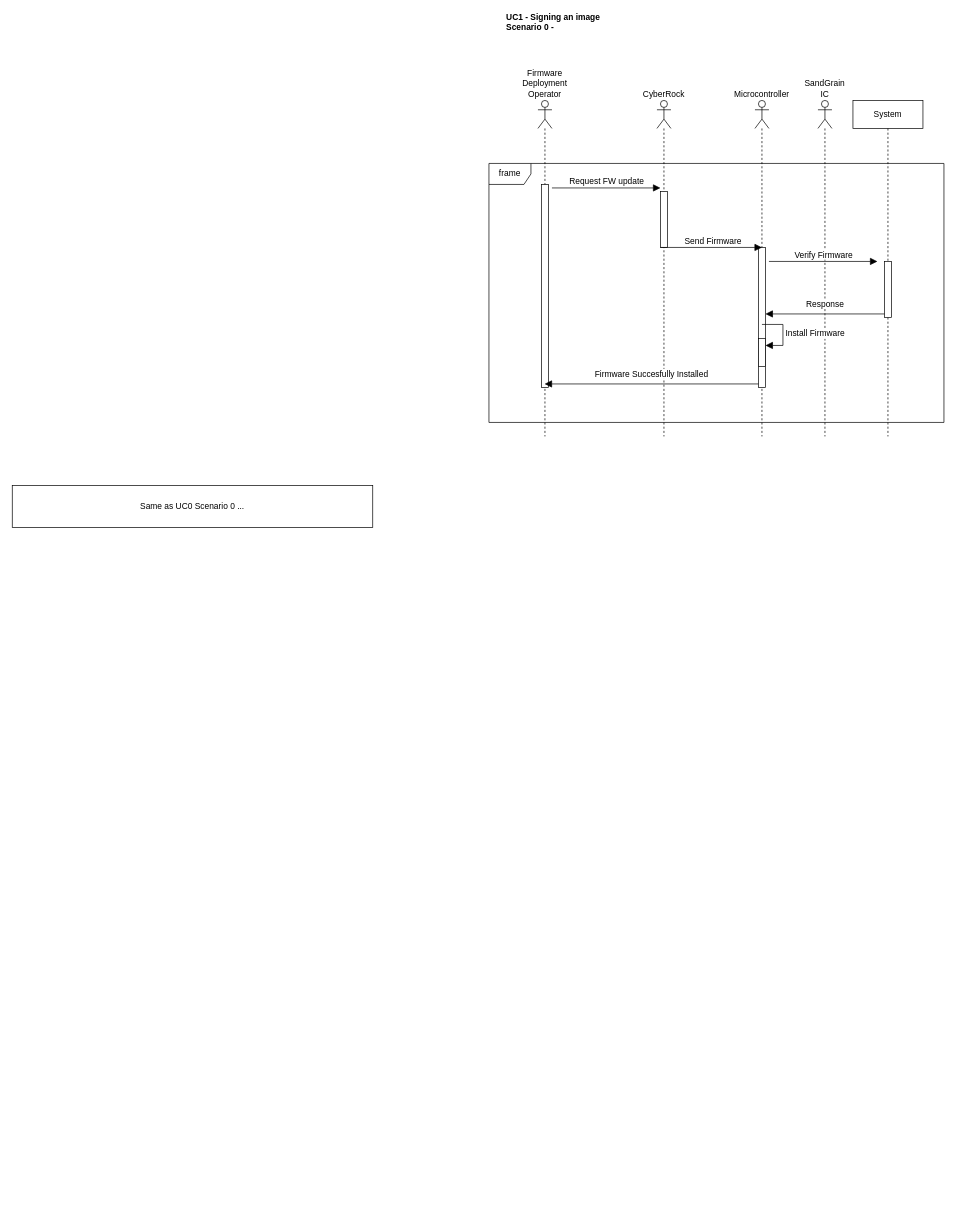
Earlier version of the draw.io diagram page "UC2 - Over The Air Firmware Update" (3 of 5) of Diagramme sans nom.drawio (EHxuban11/EHxuban11). Source tidied: cells renumbered, new cells numbered last; positions are measured from the earlier drawing's top-left corner, leaving out a move shared by most shapes. Both pictures are drawn from the tidied source at 70%, with x=0, y=0 at pixel (12, 16).
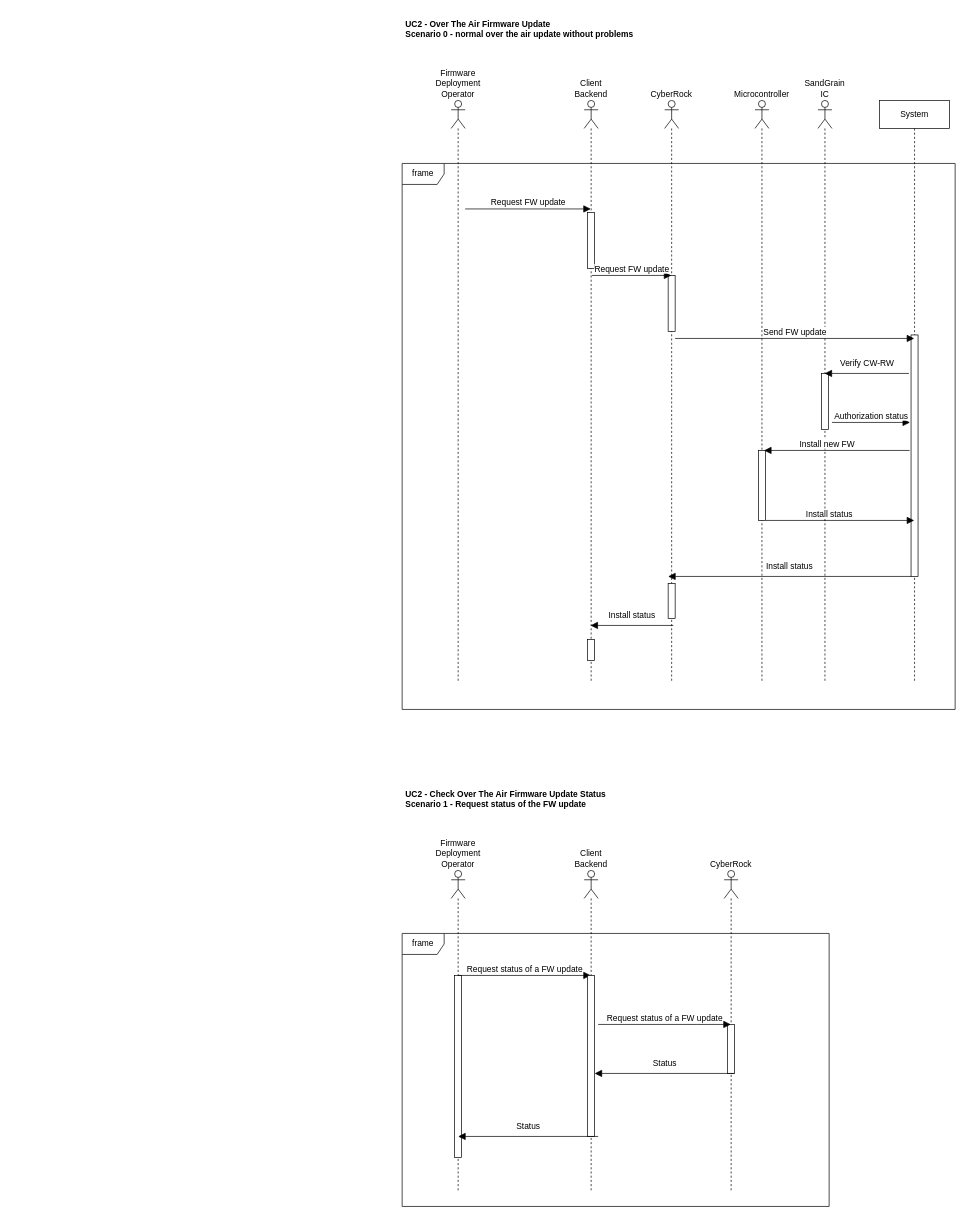
After the change.

Change to the diagram source:
```diff
@@
+    <mxCell id="21" value="UC2 - Over The Air Firmware Update&lt;div&gt;Scenario 0 - normal over the air update without problems&amp;nbsp;&lt;/div&gt;" style="text;align=left;fontStyle=1;verticalAlign=middle;spacingLeft=3;spacingRight=3;strokeColor=none;html=1;" parent="1" vertex="1">
+      <mxGeometry x="557" y="10" width="180" height="16" as="geometry" />
+    </mxCell>
     <mxCell id="2" value="System" style="shape=umlLifeline;perimeter=lifelinePerimeter;whiteSpace=wrap;html=1;outlineConnect=0;portConstraint=eastwest;newEdgeStyle={&quot;curved&quot;:0,&quot;rounded&quot;:0};" parent="1" vertex="1">
-      <mxGeometry x="1201" y="120" width="100" height="480" as="geometry" />
+      <mxGeometry x="1239" y="120" width="100" height="830" as="geometry" />
     </mxCell>
-    <mxCell id="3" value="Firmware Deployment Operator" style="shape=umlLifeline;perimeter=lifelinePerimeter;whiteSpace=wrap;html=1;outlineConnect=0;portConstraint=eastwest;newEdgeStyle={&quot;curved&quot;:0,&quot;rounded&quot;:0};participant=umlActor;labelPosition=center;verticalLabelPosition=top;align=center;verticalAlign=bottom;" parent="1" vertex="1">
-      <mxGeometry x="751" y="120" width="20" height="480" as="geometry" />
-    </mxCell>
-    <mxCell id="4" style="html=1;perimeter=orthogonalPerimeter;targetShapes=umlLifeline;newEdgeStyle={&quot;curved&quot;:0,&quot;rounded&quot;:0};" parent="3" vertex="1">
-      <mxGeometry x="5" y="120" width="10" height="290" as="geometry" />
-    </mxCell>
-    <mxCell id="5" value="UC1 - Signing an image&lt;div&gt;Scenario 0 -&amp;nbsp;&lt;/div&gt;" style="text;align=left;fontStyle=1;verticalAlign=middle;spacingLeft=3;spacingRight=3;strokeColor=none;html=1;" parent="1" vertex="1">
-      <mxGeometry x="701" width="180" height="16" as="geometry" />
-    </mxCell>
-    <mxCell id="6" value="CyberRock" style="shape=umlLifeline;perimeter=lifelinePerimeter;whiteSpace=wrap;html=1;newEdgeStyle={&quot;curved&quot;:0,&quot;rounded&quot;:0};participant=umlActor;labelPosition=center;verticalLabelPosition=top;align=center;verticalAlign=bottom;" parent="1" vertex="1">
-      <mxGeometry x="921" y="120" width="20" height="480" as="geometry" />
-    </mxCell>
-    <mxCell id="7" style="html=1;perimeter=orthogonalPerimeter;targetShapes=umlLifeline;newEdgeStyle={&quot;curved&quot;:0,&quot;rounded&quot;:0};" parent="6" vertex="1">
-      <mxGeometry x="5" y="130" width="10" height="80" as="geometry" />
-    </mxCell>
+    <mxCell id="22" style="html=1;perimeter=orthogonalPerimeter;targetShapes=umlLifeline;newEdgeStyle={&quot;curved&quot;:0,&quot;rounded&quot;:0};" parent="2" vertex="1">
+      <mxGeometry x="45" y="335" width="10" height="345" as="geometry" />
+    </mxCell>
+    <mxCell id="23" value="Firmware Deployment Operator" style="shape=umlLifeline;perimeter=lifelinePerimeter;whiteSpace=wrap;html=1;newEdgeStyle={&quot;curved&quot;:0,&quot;rounded&quot;:0};participant=umlActor;labelPosition=center;verticalLabelPosition=top;align=center;verticalAlign=bottom;" parent="1" vertex="1">
+      <mxGeometry x="627" y="120" width="20" height="830" as="geometry" />
+    </mxCell>
+    <mxCell id="24" value="CyberRock" style="shape=umlLifeline;perimeter=lifelinePerimeter;whiteSpace=wrap;html=1;outlineConnect=0;portConstraint=eastwest;newEdgeStyle={&quot;curved&quot;:0,&quot;rounded&quot;:0};participant=umlActor;labelPosition=center;verticalLabelPosition=top;align=center;verticalAlign=bottom;" parent="1" vertex="1">
+      <mxGeometry x="932" y="120" width="20" height="830" as="geometry" />
+    </mxCell>
+    <mxCell id="25" style="html=1;perimeter=orthogonalPerimeter;targetShapes=umlLifeline;newEdgeStyle={&quot;curved&quot;:0,&quot;rounded&quot;:0};" parent="24" vertex="1">
+      <mxGeometry x="5" y="250" width="10" height="80" as="geometry" />
+    </mxCell>
+    <mxCell id="26" style="html=1;perimeter=orthogonalPerimeter;targetShapes=umlLifeline;newEdgeStyle={&quot;curved&quot;:0,&quot;rounded&quot;:0};" parent="24" vertex="1">
+      <mxGeometry x="5" y="690" width="10" height="50" as="geometry" />
+    </mxCell>
     <mxCell id="8" value="Microcontroller" style="shape=umlLifeline;perimeter=lifelinePerimeter;whiteSpace=wrap;html=1;newEdgeStyle={&quot;curved&quot;:0,&quot;rounded&quot;:0};participant=umlActor;labelPosition=center;verticalLabelPosition=top;align=center;verticalAlign=bottom;" parent="1" vertex="1">
-      <mxGeometry x="1061" y="120" width="20" height="480" as="geometry" />
+      <mxGeometry x="1061" y="120" width="20" height="830" as="geometry" />
     </mxCell>
-    <mxCell id="9" style="html=1;points=[[0,0,0,0,5],[0,1,0,0,-5],[1,0,0,0,5],[1,1,0,0,-5]];perimeter=orthogonalPerimeter;outlineConnect=0;targetShapes=umlLifeline;portConstraint=eastwest;newEdgeStyle={&quot;curved&quot;:0,&quot;rounded&quot;:0};" parent="8" vertex="1">
-      <mxGeometry x="5" y="210" width="10" height="200" as="geometry" />
-    </mxCell>
-    <mxCell id="10" value="frame" style="shape=umlFrame;whiteSpace=wrap;html=1;" parent="1" vertex="1">
-      <mxGeometry x="681" y="210" width="650" height="370" as="geometry" />
-    </mxCell>
-    <mxCell id="11" value="Request FW update" style="html=1;verticalAlign=bottom;endArrow=block;curved=0;rounded=0;entryX=0;entryY=0;entryDx=0;entryDy=5;fontSize=12;startSize=8;endSize=8;" parent="1" edge="1">
-      <mxGeometry relative="1" as="geometry">
-        <mxPoint x="771" y="245" as="sourcePoint" />
-        <mxPoint x="926" y="245" as="targetPoint" />
-      </mxGeometry>
-    </mxCell>
+    <mxCell id="27" style="html=1;perimeter=orthogonalPerimeter;targetShapes=umlLifeline;newEdgeStyle={&quot;curved&quot;:0,&quot;rounded&quot;:0};" parent="8" vertex="1">
+      <mxGeometry x="5" y="500" width="10" height="100" as="geometry" />
+    </mxCell>
+    <mxCell id="28" value="frame" style="shape=umlFrame;whiteSpace=wrap;html=1;" parent="1" vertex="1">
+      <mxGeometry x="557" y="210" width="790" height="780" as="geometry" />
+    </mxCell>
     <mxCell id="12" value="SandGrain IC" style="shape=umlLifeline;perimeter=lifelinePerimeter;whiteSpace=wrap;html=1;newEdgeStyle={&quot;curved&quot;:0,&quot;rounded&quot;:0};participant=umlActor;labelPosition=center;verticalLabelPosition=top;align=center;verticalAlign=bottom;" parent="1" vertex="1">
-      <mxGeometry x="1151" y="120" width="20" height="480" as="geometry" />
+      <mxGeometry x="1151" y="120" width="20" height="830" as="geometry" />
     </mxCell>
-    <mxCell id="13" value="Same as UC0 Scenario 0 ..." style="rounded=0;whiteSpace=wrap;html=1;" parent="1" vertex="1">
-      <mxGeometry y="670" width="515" height="60" as="geometry" />
-    </mxCell>
-    <mxCell id="14" value="Verify Firmware" style="html=1;verticalAlign=bottom;endArrow=block;curved=0;rounded=0;entryX=0;entryY=0;entryDx=0;entryDy=5;fontSize=12;startSize=8;endSize=8;" parent="1" edge="1">
-      <mxGeometry relative="1" as="geometry">
-        <mxPoint x="1081" y="350" as="sourcePoint" />
-        <mxPoint x="1236" y="350" as="targetPoint" />
-      </mxGeometry>
-    </mxCell>
-    <mxCell id="15" style="html=1;points=[[0,0,0,0,5],[0,1,0,0,-5],[1,0,0,0,5],[1,1,0,0,-5]];perimeter=orthogonalPerimeter;outlineConnect=0;targetShapes=umlLifeline;portConstraint=eastwest;newEdgeStyle={&quot;curved&quot;:0,&quot;rounded&quot;:0};" parent="1" vertex="1">
-      <mxGeometry x="1246" y="350" width="10" height="80" as="geometry" />
-    </mxCell>
-    <mxCell id="16" value="Response" style="html=1;verticalAlign=bottom;endArrow=block;curved=0;rounded=0;fontSize=12;startSize=8;endSize=8;exitX=0;exitY=1;exitDx=0;exitDy=-5;exitPerimeter=0;" parent="1" edge="1" source="15" target="9">
-      <mxGeometry y="-5" relative="1" as="geometry" />
-    </mxCell>
-    <mxCell id="17" value="Send Firmware" style="html=1;verticalAlign=bottom;endArrow=block;curved=0;rounded=0;fontSize=12;startSize=8;endSize=8;" parent="1" edge="1">
-      <mxGeometry x="0.03" relative="1" as="geometry">
-        <mxPoint x="926" y="330" as="sourcePoint" />
-        <mxPoint x="1071" y="330" as="targetPoint" />
-      </mxGeometry>
-    </mxCell>
-    <mxCell id="18" value="Firmware Succesfully Installed" style="html=1;verticalAlign=bottom;endArrow=block;curved=0;rounded=0;fontSize=12;startSize=8;endSize=8;exitX=0;exitY=1;exitDx=0;exitDy=-5;exitPerimeter=0;" parent="1" edge="1" source="9" target="3">
-      <mxGeometry y="-5" relative="1" as="geometry" />
-    </mxCell>
-    <mxCell id="19" style="html=1;points=[[0,0,0,0,5],[0,1,0,0,-5],[1,0,0,0,5],[1,1,0,0,-5]];perimeter=orthogonalPerimeter;outlineConnect=0;targetShapes=umlLifeline;portConstraint=eastwest;newEdgeStyle={&quot;curved&quot;:0,&quot;rounded&quot;:0};" parent="1" vertex="1">
-      <mxGeometry x="1066" y="460" width="10" height="40" as="geometry" />
-    </mxCell>
-    <mxCell id="20" value="Install Firmware" style="html=1;align=left;spacingLeft=2;endArrow=block;rounded=0;edgeStyle=orthogonalEdgeStyle;curved=0;rounded=0;fontSize=12;startSize=8;endSize=8;" parent="1" edge="1" target="19">
-      <mxGeometry relative="1" as="geometry">
-        <mxPoint x="1071" y="440" as="sourcePoint" />
-        <Array as="points">
-          <mxPoint x="1101" y="470" />
-        </Array>
-      </mxGeometry>
-    </mxCell>
+    <mxCell id="29" style="html=1;perimeter=orthogonalPerimeter;targetShapes=umlLifeline;newEdgeStyle={&quot;curved&quot;:0,&quot;rounded&quot;:0};" parent="12" vertex="1">
+      <mxGeometry x="5" y="390" width="10" height="80" as="geometry" />
+    </mxCell>
+    <mxCell id="30" value="Request FW update" style="html=1;verticalAlign=bottom;endArrow=block;curved=0;rounded=0;fontSize=12;startSize=8;endSize=8;" parent="1" edge="1" target="31">
+      <mxGeometry relative="1" as="geometry">
+        <mxPoint x="647" y="275" as="sourcePoint" />
+      </mxGeometry>
+    </mxCell>
+    <mxCell id="31" value="Client Backend" style="shape=umlLifeline;perimeter=lifelinePerimeter;whiteSpace=wrap;html=1;outlineConnect=0;portConstraint=eastwest;newEdgeStyle={&quot;curved&quot;:0,&quot;rounded&quot;:0};participant=umlActor;labelPosition=center;verticalLabelPosition=top;align=center;verticalAlign=bottom;" parent="1" vertex="1">
+      <mxGeometry x="817" y="120" width="20" height="830" as="geometry" />
+    </mxCell>
+    <mxCell id="32" style="html=1;perimeter=orthogonalPerimeter;targetShapes=umlLifeline;newEdgeStyle={&quot;curved&quot;:0,&quot;rounded&quot;:0};" parent="31" vertex="1">
+      <mxGeometry x="5" y="160" width="10" height="80" as="geometry" />
+    </mxCell>
+    <mxCell id="33" style="html=1;perimeter=orthogonalPerimeter;targetShapes=umlLifeline;newEdgeStyle={&quot;curved&quot;:0,&quot;rounded&quot;:0};" parent="31" vertex="1">
+      <mxGeometry x="5" y="770" width="10" height="30" as="geometry" />
+    </mxCell>
+    <mxCell id="34" value="Request FW update" style="html=1;verticalAlign=bottom;endArrow=block;curved=0;rounded=0;fontSize=12;startSize=8;endSize=8;" parent="1" edge="1" target="24">
+      <mxGeometry relative="1" as="geometry">
+        <mxPoint x="828" y="370" as="sourcePoint" />
+      </mxGeometry>
+    </mxCell>
+    <mxCell id="35" value="Send FW update" style="html=1;verticalAlign=bottom;endArrow=block;curved=0;rounded=0;fontSize=12;startSize=8;endSize=8;" parent="1" edge="1" target="2">
+      <mxGeometry relative="1" as="geometry">
+        <mxPoint x="947" y="460" as="sourcePoint" />
+      </mxGeometry>
+    </mxCell>
+    <mxCell id="36" value="Verify CW-RW" style="html=1;verticalAlign=bottom;endArrow=block;curved=0;rounded=0;fontSize=12;startSize=8;endSize=8;" parent="1" edge="1">
+      <mxGeometry y="-5" relative="1" as="geometry">
+        <mxPoint x="1281" y="510" as="sourcePoint" />
+        <mxPoint x="1160.5" y="510" as="targetPoint" />
+      </mxGeometry>
+    </mxCell>
+    <mxCell id="37" value="Authorization status" style="html=1;verticalAlign=bottom;endArrow=block;curved=0;rounded=0;fontSize=12;startSize=8;endSize=8;" parent="1" edge="1">
+      <mxGeometry relative="1" as="geometry">
+        <mxPoint x="1171" y="580" as="sourcePoint" />
+        <mxPoint x="1282.5" y="580" as="targetPoint" />
+      </mxGeometry>
+    </mxCell>
+    <mxCell id="38" value="Install new FW" style="html=1;verticalAlign=bottom;endArrow=block;curved=0;rounded=0;fontSize=12;startSize=8;endSize=8;" parent="1" edge="1">
+      <mxGeometry x="0.13" relative="1" as="geometry">
+        <mxPoint x="1282" y="620" as="sourcePoint" />
+        <mxPoint x="1074" y="620" as="targetPoint" />
+      </mxGeometry>
+    </mxCell>
+    <mxCell id="39" value="Install status" style="html=1;verticalAlign=bottom;endArrow=block;curved=0;rounded=0;fontSize=12;startSize=8;endSize=8;" parent="1" edge="1">
+      <mxGeometry x="-0.14" relative="1" as="geometry">
+        <mxPoint x="1076" y="720" as="sourcePoint" />
+        <mxPoint x="1288.5" y="720" as="targetPoint" />
+      </mxGeometry>
+    </mxCell>
+    <mxCell id="40" value="Install status" style="html=1;verticalAlign=bottom;endArrow=block;curved=0;rounded=0;fontSize=12;startSize=8;endSize=8;" parent="1" edge="1">
+      <mxGeometry y="-5" relative="1" as="geometry">
+        <mxPoint x="1284.4" y="800" as="sourcePoint" />
+        <mxPoint x="937" y="800" as="targetPoint" />
+      </mxGeometry>
+    </mxCell>
+    <mxCell id="41" value="Install status" style="html=1;verticalAlign=bottom;endArrow=block;curved=0;rounded=0;fontSize=12;startSize=8;endSize=8;" parent="1" edge="1">
+      <mxGeometry y="-5" relative="1" as="geometry">
+        <mxPoint x="944.4" y="870" as="sourcePoint" />
+        <mxPoint x="826.1" y="870" as="targetPoint" />
+      </mxGeometry>
+    </mxCell>
+    <mxCell id="42" value="UC2 - Check Over The Air Firmware Update Status&lt;div&gt;Scenario 1 - Request status of the FW update&amp;nbsp;&lt;/div&gt;" style="text;align=left;fontStyle=1;verticalAlign=middle;spacingLeft=3;spacingRight=3;strokeColor=none;html=1;" parent="1" vertex="1">
+      <mxGeometry x="557" y="1110" width="180" height="16" as="geometry" />
+    </mxCell>
+    <mxCell id="43" value="Firmware Deployment Operator" style="shape=umlLifeline;perimeter=lifelinePerimeter;whiteSpace=wrap;html=1;newEdgeStyle={&quot;curved&quot;:0,&quot;rounded&quot;:0};participant=umlActor;labelPosition=center;verticalLabelPosition=top;align=center;verticalAlign=bottom;" parent="1" vertex="1">
+      <mxGeometry x="627" y="1220" width="20" height="460" as="geometry" />
+    </mxCell>
+    <mxCell id="44" style="html=1;perimeter=orthogonalPerimeter;targetShapes=umlLifeline;newEdgeStyle={&quot;curved&quot;:0,&quot;rounded&quot;:0};" parent="43" vertex="1">
+      <mxGeometry x="5" y="150" width="10" height="260" as="geometry" />
+    </mxCell>
+    <mxCell id="45" value="CyberRock" style="shape=umlLifeline;perimeter=lifelinePerimeter;whiteSpace=wrap;html=1;outlineConnect=0;portConstraint=eastwest;newEdgeStyle={&quot;curved&quot;:0,&quot;rounded&quot;:0};participant=umlActor;labelPosition=center;verticalLabelPosition=top;align=center;verticalAlign=bottom;" parent="1" vertex="1">
+      <mxGeometry x="1017" y="1220" width="20" height="460" as="geometry" />
+    </mxCell>
+    <mxCell id="46" style="html=1;perimeter=orthogonalPerimeter;targetShapes=umlLifeline;newEdgeStyle={&quot;curved&quot;:0,&quot;rounded&quot;:0};" parent="45" vertex="1">
+      <mxGeometry x="5" y="220" width="10" height="70" as="geometry" />
+    </mxCell>
+    <mxCell id="47" value="frame" style="shape=umlFrame;whiteSpace=wrap;html=1;" parent="1" vertex="1">
+      <mxGeometry x="557" y="1310" width="610" height="390" as="geometry" />
+    </mxCell>
+    <mxCell id="48" value="Request status of a FW update" style="html=1;verticalAlign=bottom;endArrow=block;curved=0;rounded=0;fontSize=12;startSize=8;endSize=8;" parent="1" edge="1">
+      <mxGeometry relative="1" as="geometry">
+        <mxPoint x="636.7" y="1370" as="sourcePoint" />
+        <mxPoint x="826.5" y="1370" as="targetPoint" />
+      </mxGeometry>
+    </mxCell>
+    <mxCell id="49" value="Client Backend" style="shape=umlLifeline;perimeter=lifelinePerimeter;whiteSpace=wrap;html=1;newEdgeStyle={&quot;curved&quot;:0,&quot;rounded&quot;:0};participant=umlActor;labelPosition=center;verticalLabelPosition=top;align=center;verticalAlign=bottom;" parent="1" vertex="1">
+      <mxGeometry x="817" y="1220" width="20" height="460" as="geometry" />
+    </mxCell>
+    <mxCell id="50" style="html=1;points=[[0,0,0,0,5],[0,1,0,0,-5],[1,0,0,0,5],[1,1,0,0,-5]];perimeter=orthogonalPerimeter;outlineConnect=0;targetShapes=umlLifeline;portConstraint=eastwest;newEdgeStyle={&quot;curved&quot;:0,&quot;rounded&quot;:0};" parent="49" vertex="1">
+      <mxGeometry x="5" y="150" width="10" height="230" as="geometry" />
+    </mxCell>
+    <mxCell id="51" value="Request status of a FW update" style="html=1;verticalAlign=bottom;endArrow=block;curved=0;rounded=0;fontSize=12;startSize=8;endSize=8;" parent="1" edge="1" target="45">
+      <mxGeometry relative="1" as="geometry">
+        <mxPoint x="837" y="1440" as="sourcePoint" />
+        <Array as="points">
+          <mxPoint x="957" y="1440" />
+          <mxPoint x="977" y="1440" />
+        </Array>
+      </mxGeometry>
+    </mxCell>
+    <mxCell id="52" value="Status" style="html=1;verticalAlign=bottom;endArrow=block;curved=0;rounded=0;fontSize=12;startSize=8;endSize=8;exitX=0;exitY=1;exitDx=0;exitDy=-5;exitPerimeter=0;" parent="1" edge="1" target="50">
+      <mxGeometry y="-5" relative="1" as="geometry">
+        <mxPoint x="1032" y="1510" as="sourcePoint" />
+      </mxGeometry>
+    </mxCell>
+    <mxCell id="53" value="Status" style="html=1;verticalAlign=bottom;endArrow=block;curved=0;rounded=0;fontSize=12;startSize=8;endSize=8;exitX=0;exitY=1;exitDx=0;exitDy=-5;exitPerimeter=0;" parent="1" edge="1">
+      <mxGeometry y="-5" relative="1" as="geometry">
+        <mxPoint x="837" y="1600" as="sourcePoint" />
+        <mxPoint x="637" y="1600" as="targetPoint" />
+      </mxGeometry>
+    </mxCell>
```
